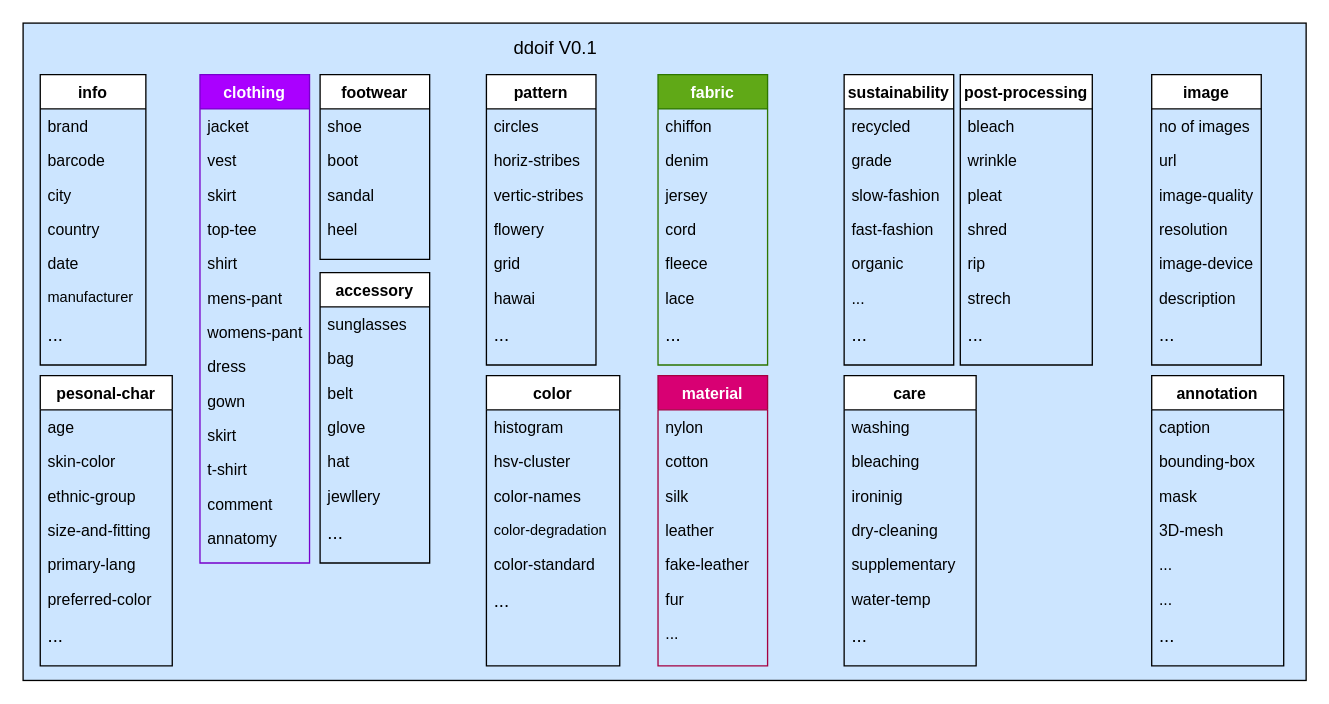
The draw.io diagram ddoif.drawio in morawi/ddoif, before the edit. Source tidied: cells renumbered, new cells numbered last; positions are measured from the earlier drawing's top-left corner, leaving out a move shared by most shapes. Both pictures are drawn from the tidied source at 132%, with x=0, y=0 at pixel (22, 22).
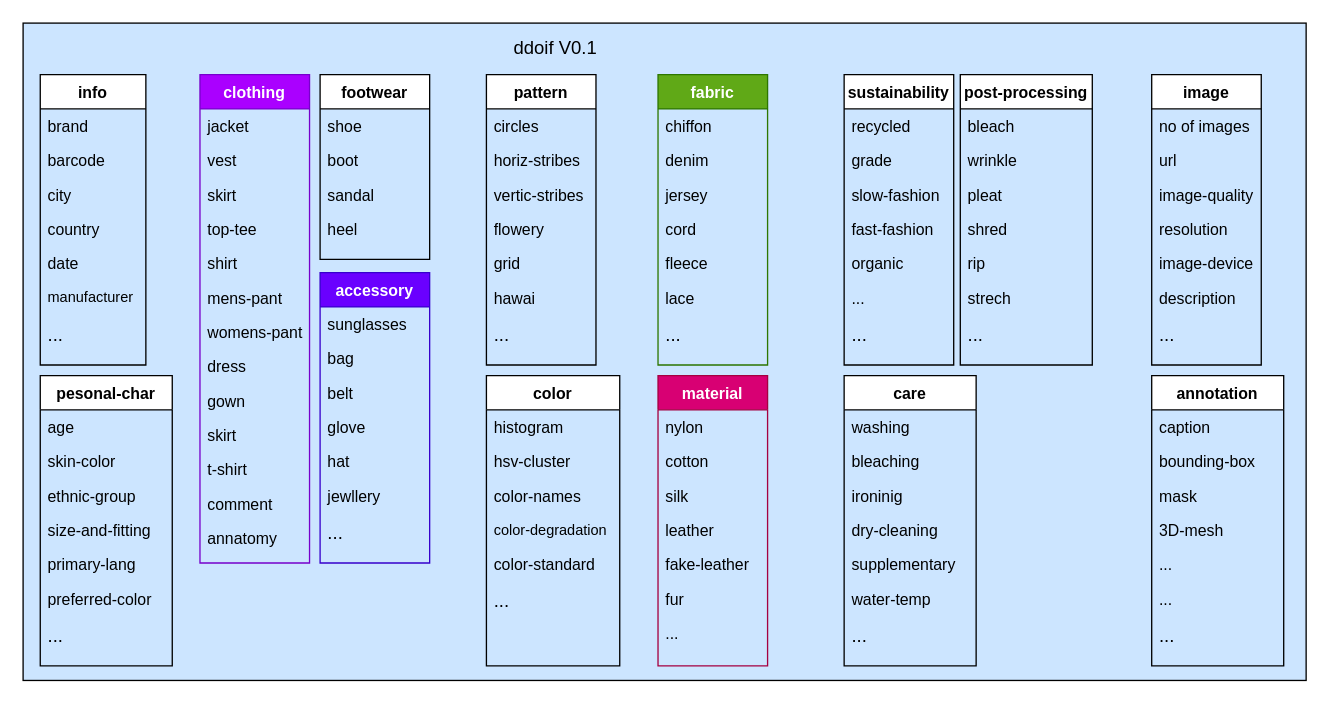
The same diagram, later.

What changed in the source:
```diff
@@
-    <mxCell id="49" value="accessory" style="swimlane;fontStyle=1;align=center;verticalAlign=top;horizontal=1;startSize=26;rounded=0;shadow=0;strokeWidth=1;" parent="1" vertex="1">
+    <mxCell id="49" value="accessory" style="swimlane;fontStyle=1;align=center;verticalAlign=top;horizontal=1;startSize=26;rounded=0;shadow=0;strokeWidth=1;fillColor=#6a00ff;strokeColor=#3700CC;fontColor=#ffffff;" parent="1" vertex="1">
       <mxGeometry x="225" y="189" width="83" height="220" as="geometry" />
     </mxCell>
```
